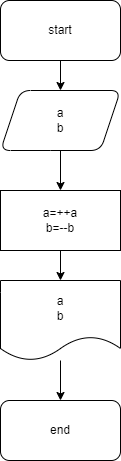
Before: task3.png, a diagram exported from draw.io (ZulfiyyaQ/task09_26). Source tidied: cells renumbered, new cells last; positions are measured from the earlier drawing's top-left corner, leaving out a move shared by most shapes.
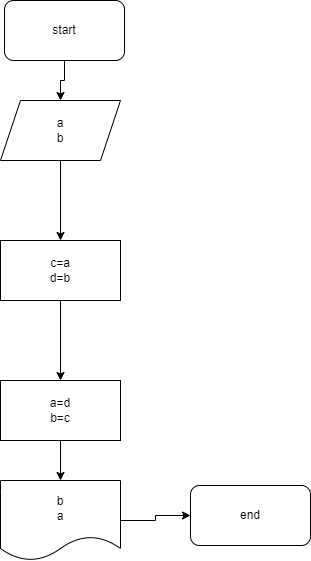
After the commit.

Change to the diagram source:
```diff
@@ -2,32 +2,38 @@
   <root>
     <mxCell id="0" />
     <mxCell id="1" parent="0" />
-    <mxCell id="2" style="edgeStyle=orthogonalEdgeStyle;rounded=0;jettySize=auto;html=1;" parent="1" edge="1" source="3" target="5">
-      <mxGeometry relative="1" as="geometry" />
-    </mxCell>
+    <mxCell id="11" style="edgeStyle=orthogonalEdgeStyle;rounded=0;jettySize=auto;html=1;" parent="1" edge="1" source="3" target="13">
+      <mxGeometry relative="1" as="geometry" />
+    </mxCell>
     <mxCell id="3" value="start" style="rounded=1;whiteSpace=wrap;html=1;" parent="1" vertex="1">
-      <mxGeometry width="120" height="60" as="geometry" />
+      <mxGeometry x="4" y="-30" width="120" height="60" as="geometry" />
     </mxCell>
-    <mxCell id="4" style="edgeStyle=orthogonalEdgeStyle;rounded=0;jettySize=auto;html=1;" parent="1" edge="1" source="5" target="7">
-      <mxGeometry relative="1" as="geometry" />
-    </mxCell>
-    <mxCell id="5" value="a&lt;br&gt;b" style="shape=parallelogram;perimeter=parallelogramPerimeter;whiteSpace=wrap;html=1;fixedSize=1;rounded=1;" parent="1" vertex="1">
-      <mxGeometry y="90" width="120" height="60" as="geometry" />
-    </mxCell>
-    <mxCell id="6" style="edgeStyle=orthogonalEdgeStyle;rounded=0;jettySize=auto;html=1;" parent="1" edge="1" source="7" target="9">
-      <mxGeometry relative="1" as="geometry" />
-    </mxCell>
-    <mxCell id="7" value="a=++a&lt;br&gt;b=--b" style="rounded=0;whiteSpace=wrap;html=1;" parent="1" vertex="1">
-      <mxGeometry y="190" width="120" height="60" as="geometry" />
-    </mxCell>
-    <mxCell id="8" style="edgeStyle=orthogonalEdgeStyle;rounded=0;jettySize=auto;html=1;" parent="1" edge="1" source="9" target="10">
-      <mxGeometry relative="1" as="geometry" />
-    </mxCell>
-    <mxCell id="9" value="a&lt;br&gt;b" style="shape=document;whiteSpace=wrap;html=1;boundedLbl=1;" parent="1" vertex="1">
-      <mxGeometry y="280" width="120" height="80" as="geometry" />
-    </mxCell>
+    <mxCell id="12" style="edgeStyle=orthogonalEdgeStyle;rounded=0;jettySize=auto;html=1;" parent="1" edge="1" source="13" target="15">
+      <mxGeometry relative="1" as="geometry" />
+    </mxCell>
+    <mxCell id="13" value="a&lt;br&gt;b" style="shape=parallelogram;perimeter=parallelogramPerimeter;whiteSpace=wrap;html=1;fixedSize=1;" parent="1" vertex="1">
+      <mxGeometry y="70" width="120" height="60" as="geometry" />
+    </mxCell>
+    <mxCell id="14" style="edgeStyle=orthogonalEdgeStyle;rounded=0;jettySize=auto;html=1;" parent="1" edge="1" source="15" target="17">
+      <mxGeometry relative="1" as="geometry" />
+    </mxCell>
+    <mxCell id="15" value="c=a&lt;br&gt;d=b" style="whiteSpace=wrap;html=1;" parent="1" vertex="1">
+      <mxGeometry y="210" width="120" height="60" as="geometry" />
+    </mxCell>
+    <mxCell id="16" style="edgeStyle=orthogonalEdgeStyle;rounded=0;jettySize=auto;html=1;" parent="1" edge="1" source="17" target="19">
+      <mxGeometry relative="1" as="geometry" />
+    </mxCell>
+    <mxCell id="17" value="a=d&lt;br&gt;b=c" style="rounded=0;whiteSpace=wrap;html=1;" parent="1" vertex="1">
+      <mxGeometry y="350" width="120" height="60" as="geometry" />
+    </mxCell>
     <mxCell id="10" value="end" style="rounded=1;whiteSpace=wrap;html=1;" parent="1" vertex="1">
-      <mxGeometry y="400" width="120" height="60" as="geometry" />
+      <mxGeometry x="190" y="455" width="120" height="60" as="geometry" />
     </mxCell>
+    <mxCell id="18" style="edgeStyle=orthogonalEdgeStyle;rounded=0;jettySize=auto;html=1;" parent="1" edge="1" source="19" target="10">
+      <mxGeometry relative="1" as="geometry" />
+    </mxCell>
+    <mxCell id="19" value="b&lt;br&gt;a" style="shape=document;whiteSpace=wrap;html=1;boundedLbl=1;" parent="1" vertex="1">
+      <mxGeometry y="450" width="120" height="80" as="geometry" />
+    </mxCell>
   </root>
 </mxGraphModel>
```
